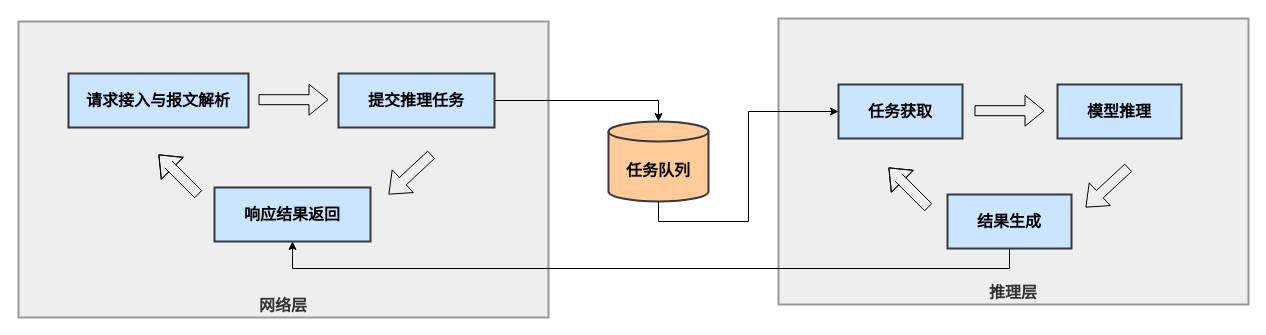
Earlier version of the draw.io diagram 异步架构.drawio (vldzyzy/special-waffle). Source tidied: cells renumbered, new cells numbered last; positions are measured from the earlier drawing's top-left corner, leaving out a move shared by most shapes. Both pictures are drawn from the tidied source at 100%, with x=0, y=0 at pixel (18, 18).
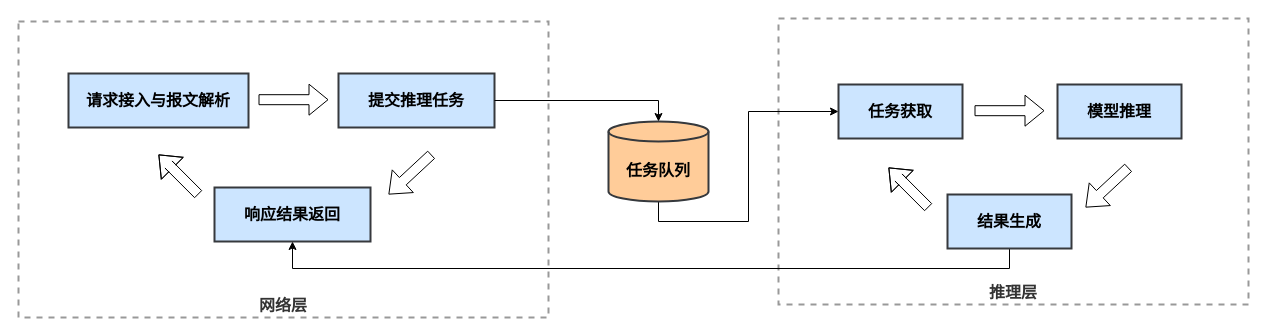
Above is the later version.

Commit message:
更新异步架构.drawio

What changed in the source:
```diff
@@
-    <mxCell id="2" value="推理层" style="whiteSpace=wrap;strokeWidth=2;fillColor=light-dark(#eeeeee,#1f2020);strokeColor=light-dark(#999999,#cccccc);fontColor=light-dark(#333333,#cccccc);verticalAlign=bottom;fontSize=16;fontStyle=1;" parent="1" vertex="1">
+    <mxCell id="2" value="推理层" style="whiteSpace=wrap;strokeWidth=2;fillColor=none;strokeColor=light-dark(#999999,#cccccc);fontColor=light-dark(#333333,#cccccc);verticalAlign=bottom;fontSize=16;fontStyle=1;dashed=1;" parent="1" vertex="1">
       <mxGeometry x="760" width="470" height="286" as="geometry" />
     </mxCell>
-    <mxCell id="3" value="网络层" style="whiteSpace=wrap;strokeWidth=2;fillColor=light-dark(#eeeeee,#1f2020);strokeColor=light-dark(#999999,#cccccc);fontColor=light-dark(#333333,#cccccc);verticalAlign=bottom;fontSize=16;fontStyle=1;" parent="1" vertex="1">
+    <mxCell id="3" value="网络层" style="whiteSpace=wrap;strokeWidth=2;fillColor=none;strokeColor=light-dark(#999999,#cccccc);fontColor=light-dark(#333333,#cccccc);verticalAlign=bottom;fontSize=16;fontStyle=1;dashed=1;" parent="1" vertex="1">
       <mxGeometry y="3" width="530" height="296" as="geometry" />
     </mxCell>
```
